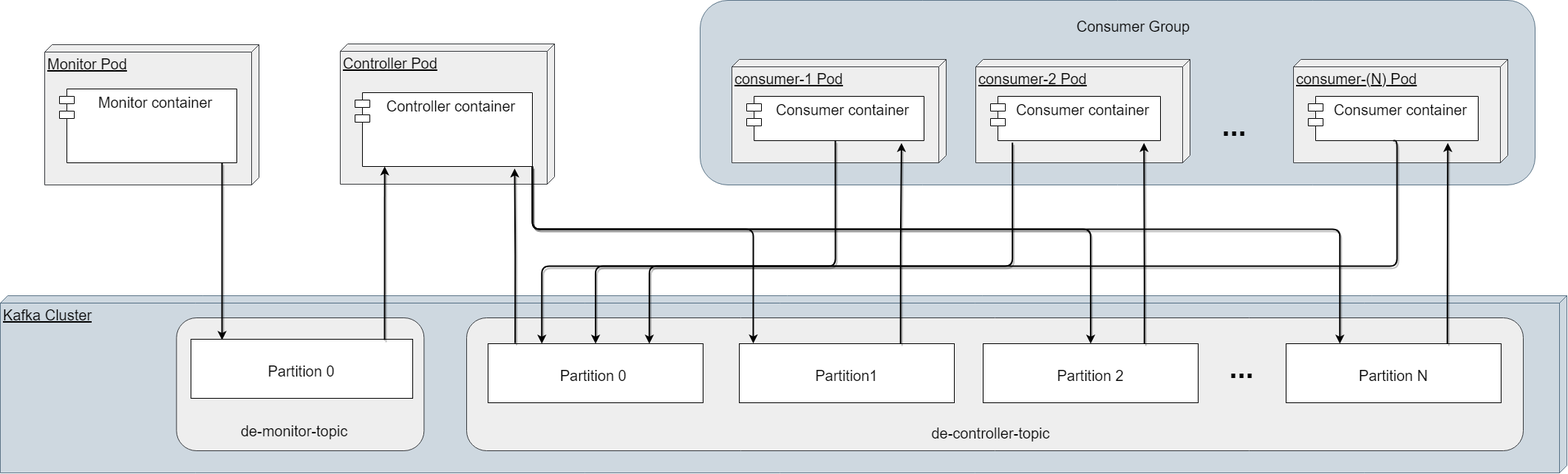
The draw.io diagram images/controller/System Design.png in landaudiogo/thesis-document, before a commit. Source tidied: cells renumbered, new cells last; positions are measured from the earlier drawing's top-left corner, leaving out a move shared by most shapes. Its diagram source:
```xml
<mxGraphModel>
  <root>
    <mxCell id="0" />
    <mxCell id="1" parent="0" />
    <mxCell id="2" value="Consumer Group" parent="0" />
    <mxCell id="3" style="group;" parent="2" vertex="1">
      <mxGeometry x="990" y="80" width="1087" height="230" as="geometry" />
    </mxCell>
    <mxCell id="4" style="rounded=1;whiteSpace=wrap;html=1;fontSize=40;fillColor=#bac8d3;strokeColor=#23445d;opacity=70;" parent="3" vertex="1">
      <mxGeometry x="-43" y="-80" width="1130" height="250" as="geometry" />
    </mxCell>
    <mxCell id="5" value="&lt;font style=&quot;font-size: 20px&quot;&gt;consumer-1 Pod&lt;/font&gt;" style="verticalAlign=top;align=left;spacingTop=8;spacingLeft=2;spacingRight=12;shape=cube;size=10;direction=south;fontStyle=4;html=1;fillColor=#eeeeee;strokeColor=#36393d;" parent="3" vertex="1">
      <mxGeometry width="290" height="140" as="geometry" />
    </mxCell>
    <mxCell id="6" value="Consumer container" style="shape=module;align=left;spacingLeft=20;align=center;verticalAlign=top;fontSize=20;" parent="3" vertex="1">
      <mxGeometry x="20" y="50" width="240" height="60" as="geometry" />
    </mxCell>
    <mxCell id="7" value="&lt;font style=&quot;font-size: 20px&quot;&gt;consumer-2 Pod&lt;/font&gt;" style="verticalAlign=top;align=left;spacingTop=8;spacingLeft=2;spacingRight=12;shape=cube;size=10;direction=south;fontStyle=4;html=1;fillColor=#eeeeee;strokeColor=#36393d;" parent="3" vertex="1">
      <mxGeometry x="330" width="290" height="140" as="geometry" />
    </mxCell>
    <mxCell id="8" value="Consumer container" style="shape=module;align=left;spacingLeft=20;align=center;verticalAlign=top;fontSize=20;" parent="3" vertex="1">
      <mxGeometry x="350" y="50" width="230" height="60" as="geometry" />
    </mxCell>
    <mxCell id="9" value="&lt;font style=&quot;font-size: 20px&quot;&gt;consumer-(N) Pod&lt;/font&gt;" style="verticalAlign=top;align=left;spacingTop=8;spacingLeft=2;spacingRight=12;shape=cube;size=10;direction=south;fontStyle=4;html=1;fillColor=#eeeeee;strokeColor=#36393d;" parent="3" vertex="1">
      <mxGeometry x="760" width="290" height="140" as="geometry" />
    </mxCell>
    <mxCell id="10" value="Consumer container" style="shape=module;align=left;spacingLeft=20;align=center;verticalAlign=top;fontSize=20;" parent="3" vertex="1">
      <mxGeometry x="780" y="50" width="230" height="60" as="geometry" />
    </mxCell>
    <mxCell id="11" value="..." style="text;align=center;fontStyle=1;verticalAlign=middle;spacingLeft=3;spacingRight=3;strokeColor=none;fontSize=40;" parent="3" vertex="1">
      <mxGeometry x="640" y="72" width="80" height="26" as="geometry" />
    </mxCell>
    <mxCell id="12" value="Consumer Group" style="text;html=1;strokeColor=none;fillColor=none;align=center;verticalAlign=middle;whiteSpace=wrap;rounded=0;fontSize=20;" parent="2" vertex="1">
      <mxGeometry x="1430.2" y="20" width="206.5" height="30" as="geometry" />
    </mxCell>
    <mxCell id="13" value="Controller / Orchestrator" parent="0" />
    <mxCell id="14" value="&lt;font style=&quot;font-size: 20px&quot;&gt;Controller Pod&lt;/font&gt;" style="verticalAlign=top;align=left;spacingTop=8;spacingLeft=2;spacingRight=12;shape=cube;size=10;direction=south;fontStyle=4;html=1;fillColor=#eeeeee;strokeColor=#36393d;" parent="13" vertex="1">
      <mxGeometry x="460" y="59" width="290" height="190" as="geometry" />
    </mxCell>
    <mxCell id="15" value="Controller container" style="shape=module;align=left;spacingLeft=20;align=center;verticalAlign=top;fontSize=20;" parent="13" vertex="1">
      <mxGeometry x="480" y="125" width="240" height="100" as="geometry" />
    </mxCell>
    <mxCell id="16" value="Monitor" parent="0" />
    <mxCell id="17" value="&lt;font style=&quot;font-size: 20px&quot;&gt;Monitor Pod&lt;/font&gt;" style="verticalAlign=top;align=left;spacingTop=8;spacingLeft=2;spacingRight=12;shape=cube;size=10;direction=south;fontStyle=4;html=1;fillColor=#eeeeee;strokeColor=#36393d;" parent="16" vertex="1">
      <mxGeometry x="60" y="60" width="290" height="190" as="geometry" />
    </mxCell>
    <mxCell id="18" value="Monitor container" style="shape=module;align=left;spacingLeft=20;align=center;verticalAlign=top;fontSize=20;" parent="16" vertex="1">
      <mxGeometry x="80" y="120" width="240" height="100" as="geometry" />
    </mxCell>
    <mxCell id="19" value="Kafka Cluster" parent="0" />
    <mxCell id="20" value="&lt;font style=&quot;font-size: 20px&quot;&gt;Kafka Cluster&lt;/font&gt;" style="verticalAlign=top;align=left;spacingTop=8;spacingLeft=2;spacingRight=12;shape=cube;size=10;direction=south;fontStyle=4;html=1;fillColor=#bac8d3;strokeColor=#23445d;opacity=70;" parent="19" vertex="1">
      <mxGeometry y="400" width="2120" height="240" as="geometry" />
    </mxCell>
    <mxCell id="21" style="group;" parent="19" vertex="1">
      <mxGeometry x="230" y="430" width="335" height="180" as="geometry" />
    </mxCell>
    <mxCell id="22" style="rounded=1;whiteSpace=wrap;html=1;fontSize=40;fillColor=#eeeeee;strokeColor=#36393d;" parent="21" vertex="1">
      <mxGeometry x="8.4" width="335" height="180" as="geometry" />
    </mxCell>
    <mxCell id="23" value="&lt;font style=&quot;font-size: 20px&quot;&gt;de-monitor-topic&lt;/font&gt;" style="text;html=1;strokeColor=none;fillColor=none;align=center;verticalAlign=middle;whiteSpace=wrap;rounded=0;fontSize=40;" parent="21" vertex="1">
      <mxGeometry x="43.6" y="120" width="247.8" height="51.9" as="geometry" />
    </mxCell>
    <mxCell id="24" style="group;" parent="21" vertex="1">
      <mxGeometry x="27.9" y="29" width="300.1" height="80" as="geometry" />
    </mxCell>
    <mxCell id="25" style="rounded=0;whiteSpace=wrap;html=1;fontSize=30;" parent="24" vertex="1">
      <mxGeometry width="300.1" height="80" as="geometry" />
    </mxCell>
    <mxCell id="26" value="&lt;font style=&quot;font-size: 20px&quot;&gt;Partition 0&lt;/font&gt;" style="text;html=1;strokeColor=none;fillColor=none;align=center;verticalAlign=middle;whiteSpace=wrap;rounded=0;fontSize=30;" parent="24" vertex="1">
      <mxGeometry x="77.3" y="25" width="145.4" height="30" as="geometry" />
    </mxCell>
    <mxCell id="27" style="group;" parent="19" vertex="1">
      <mxGeometry x="631" y="430" width="1430" height="180" as="geometry" />
    </mxCell>
    <mxCell id="28" style="rounded=1;whiteSpace=wrap;html=1;fontSize=40;fillColor=#eeeeee;strokeColor=#36393d;" parent="27" vertex="1">
      <mxGeometry width="1430" height="180" as="geometry" />
    </mxCell>
    <mxCell id="29" value="&lt;font style=&quot;font-size: 20px&quot;&gt;de-controller-topic&lt;/font&gt;" style="text;html=1;strokeColor=none;fillColor=none;align=center;verticalAlign=middle;whiteSpace=wrap;rounded=0;fontSize=40;" parent="27" vertex="1">
      <mxGeometry x="591.9" y="126" width="235.2" height="46.7" as="geometry" />
    </mxCell>
    <mxCell id="30" style="group;" parent="27" vertex="1">
      <mxGeometry x="29" y="35" width="291" height="80" as="geometry" />
    </mxCell>
    <mxCell id="31" style="rounded=0;whiteSpace=wrap;html=1;fontSize=30;" parent="30" vertex="1">
      <mxGeometry width="291" height="80" as="geometry" />
    </mxCell>
    <mxCell id="32" value="&lt;font style=&quot;font-size: 20px&quot;&gt;Partition 0&amp;nbsp;&lt;/font&gt;" style="text;html=1;strokeColor=none;fillColor=none;align=center;verticalAlign=middle;whiteSpace=wrap;rounded=0;fontSize=30;" parent="30" vertex="1">
      <mxGeometry x="73" y="25" width="144.9" height="30" as="geometry" />
    </mxCell>
    <mxCell id="33" style="group;" parent="27" vertex="1">
      <mxGeometry x="369" y="35" width="291" height="80" as="geometry" />
    </mxCell>
    <mxCell id="34" style="rounded=0;whiteSpace=wrap;html=1;fontSize=30;" parent="33" vertex="1">
      <mxGeometry width="291" height="80" as="geometry" />
    </mxCell>
    <mxCell id="35" value="&lt;font style=&quot;font-size: 20px&quot;&gt;Partition1&lt;/font&gt;" style="text;html=1;strokeColor=none;fillColor=none;align=center;verticalAlign=middle;whiteSpace=wrap;rounded=0;fontSize=30;" parent="33" vertex="1">
      <mxGeometry x="125.2" y="25" width="40.6" height="30" as="geometry" />
    </mxCell>
    <mxCell id="36" style="group;" parent="27" vertex="1">
      <mxGeometry x="699" y="35" width="291" height="80" as="geometry" />
    </mxCell>
    <mxCell id="37" style="rounded=0;whiteSpace=wrap;html=1;fontSize=30;" parent="36" vertex="1">
      <mxGeometry width="291" height="80" as="geometry" />
    </mxCell>
    <mxCell id="38" value="&lt;font style=&quot;font-size: 20px&quot;&gt;Partition 2&lt;/font&gt;" style="text;html=1;strokeColor=none;fillColor=none;align=center;verticalAlign=middle;whiteSpace=wrap;rounded=0;fontSize=30;" parent="36" vertex="1">
      <mxGeometry x="93" y="25" width="105" height="30" as="geometry" />
    </mxCell>
    <mxCell id="39" style="group;" parent="27" vertex="1">
      <mxGeometry x="1109" y="35" width="291" height="80" as="geometry" />
    </mxCell>
    <mxCell id="40" style="rounded=0;whiteSpace=wrap;html=1;fontSize=30;" parent="39" vertex="1">
      <mxGeometry width="291" height="80" as="geometry" />
    </mxCell>
    <mxCell id="41" value="&lt;font style=&quot;font-size: 20px&quot;&gt;Partition N&lt;/font&gt;" style="text;html=1;strokeColor=none;fillColor=none;align=center;verticalAlign=middle;whiteSpace=wrap;rounded=0;fontSize=30;" parent="39" vertex="1">
      <mxGeometry x="88" y="25" width="115" height="30" as="geometry" />
    </mxCell>
    <mxCell id="42" value="..." style="text;align=center;fontStyle=1;verticalAlign=middle;spacingLeft=3;spacingRight=3;strokeColor=none;fontSize=40;" parent="27" vertex="1">
      <mxGeometry x="1009" y="50" width="80" height="26" as="geometry" />
    </mxCell>
    <mxCell id="43" style="edgeStyle=orthogonalEdgeStyle;rounded=0;orthogonalLoop=1;jettySize=auto;html=1;fontSize=30;strokeWidth=2;strokeColor=#000000;shadow=1;" parent="19" edge="1">
      <mxGeometry relative="1" as="geometry">
        <mxPoint x="300" y="220" as="sourcePoint" />
        <mxPoint x="300" y="460" as="targetPoint" />
        <Array as="points">
          <mxPoint x="300" y="220" />
        </Array>
      </mxGeometry>
    </mxCell>
    <mxCell id="44" style="edgeStyle=orthogonalEdgeStyle;rounded=0;orthogonalLoop=1;jettySize=auto;html=1;fontSize=30;strokeWidth=2;strokeColor=#000000;shadow=1;" parent="19" edge="1">
      <mxGeometry relative="1" as="geometry">
        <mxPoint x="520" y="460" as="sourcePoint" />
        <mxPoint x="520" y="225" as="targetPoint" />
        <Array as="points">
          <mxPoint x="520" y="225" />
        </Array>
      </mxGeometry>
    </mxCell>
    <mxCell id="45" style="edgeStyle=orthogonalEdgeStyle;rounded=1;orthogonalLoop=1;jettySize=auto;html=1;exitX=0.75;exitY=0;exitDx=0;exitDy=0;entryX=0.873;entryY=1.053;entryDx=0;entryDy=0;entryPerimeter=0;fontSize=20;strokeWidth=2;strokeColor=#000000;shadow=1;" parent="19" edge="1">
      <mxGeometry relative="1" as="geometry">
        <mxPoint x="1218.2" y="465" as="sourcePoint" />
        <mxPoint x="1219.5" y="193.2" as="targetPoint" />
        <Array as="points">
          <mxPoint x="1220" y="329" />
        </Array>
      </mxGeometry>
    </mxCell>
    <mxCell id="46" style="edgeStyle=orthogonalEdgeStyle;rounded=1;orthogonalLoop=1;jettySize=auto;html=1;exitX=0.75;exitY=0;exitDx=0;exitDy=0;entryX=0.903;entryY=1.053;entryDx=0;entryDy=0;entryPerimeter=0;fontSize=20;strokeWidth=2;strokeColor=#000000;shadow=1;" parent="19" edge="1">
      <mxGeometry relative="1" as="geometry">
        <mxPoint x="1548.2" y="465" as="sourcePoint" />
        <mxPoint x="1547.7" y="193.2" as="targetPoint" />
        <Array as="points">
          <mxPoint x="1548" y="390" />
          <mxPoint x="1548" y="390" />
        </Array>
      </mxGeometry>
    </mxCell>
    <mxCell id="47" style="edgeStyle=orthogonalEdgeStyle;rounded=1;orthogonalLoop=1;jettySize=auto;html=1;exitX=0.75;exitY=0;exitDx=0;exitDy=0;entryX=0.821;entryY=1.053;entryDx=0;entryDy=0;entryPerimeter=0;fontSize=20;strokeWidth=2;strokeColor=#000000;shadow=1;" parent="19" edge="1">
      <mxGeometry relative="1" as="geometry">
        <mxPoint x="1958.2" y="465" as="sourcePoint" />
        <mxPoint x="1958.8" y="193.2" as="targetPoint" />
        <Array as="points">
          <mxPoint x="1959" y="390" />
          <mxPoint x="1959" y="390" />
        </Array>
      </mxGeometry>
    </mxCell>
    <mxCell id="48" style="edgeStyle=orthogonalEdgeStyle;rounded=0;jettySize=auto;html=1;exitX=0.126;exitY=-0.008;exitDx=0;exitDy=0;entryX=0.9;entryY=1.027;entryDx=0;entryDy=0;entryPerimeter=0;fontSize=20;exitPerimeter=0;strokeWidth=2;strokeColor=#000000;shadow=1;" parent="19" edge="1" source="31" target="15">
      <mxGeometry relative="1" as="geometry" />
    </mxCell>
    <mxCell id="49" style="edgeStyle=orthogonalEdgeStyle;rounded=1;jettySize=auto;html=1;exitX=1;exitY=1;exitDx=0;exitDy=0;entryX=0.065;entryY=-0.004;entryDx=0;entryDy=0;entryPerimeter=0;fontSize=20;strokeWidth=2;strokeColor=#000000;" parent="19" edge="1" source="15" target="34">
      <mxGeometry relative="1" as="geometry">
        <Array as="points">
          <mxPoint x="720" y="310" />
          <mxPoint x="1019" y="310" />
        </Array>
      </mxGeometry>
    </mxCell>
    <mxCell id="50" style="edgeStyle=orthogonalEdgeStyle;rounded=1;jettySize=auto;html=1;entryX=0.5;entryY=0;entryDx=0;entryDy=0;fontSize=20;strokeWidth=2;strokeColor=#000000;shadow=1;exitX=1;exitY=1;exitDx=0;exitDy=0;" parent="19" edge="1" source="15" target="37">
      <mxGeometry relative="1" as="geometry">
        <Array as="points">
          <mxPoint x="720" y="310" />
          <mxPoint x="1476" y="310" />
        </Array>
      </mxGeometry>
    </mxCell>
    <mxCell id="51" style="edgeStyle=orthogonalEdgeStyle;rounded=1;jettySize=auto;html=1;exitX=1;exitY=1;exitDx=0;exitDy=0;entryX=0.25;entryY=0;entryDx=0;entryDy=0;fontSize=20;strokeWidth=2;strokeColor=#000000;shadow=1;" parent="19" edge="1" source="15" target="40">
      <mxGeometry relative="1" as="geometry">
        <Array as="points">
          <mxPoint x="720" y="310" />
          <mxPoint x="1813" y="310" />
        </Array>
      </mxGeometry>
    </mxCell>
    <mxCell id="52" style="edgeStyle=orthogonalEdgeStyle;rounded=1;jettySize=auto;html=1;exitX=0.5;exitY=1;exitDx=0;exitDy=0;entryX=0.25;entryY=0;entryDx=0;entryDy=0;fontSize=20;strokeWidth=2;strokeColor=#000000;shadow=1;" parent="19" edge="1" source="6" target="31">
      <mxGeometry relative="1" as="geometry">
        <Array as="points">
          <mxPoint x="1130" y="360" />
          <mxPoint x="733" y="360" />
        </Array>
      </mxGeometry>
    </mxCell>
    <mxCell id="53" style="edgeStyle=orthogonalEdgeStyle;rounded=1;jettySize=auto;html=1;exitX=0.129;exitY=1.044;exitDx=0;exitDy=0;entryX=0.5;entryY=0;entryDx=0;entryDy=0;fontSize=20;exitPerimeter=0;strokeWidth=2;strokeColor=#000000;shadow=1;" parent="19" edge="1" source="8" target="31">
      <mxGeometry relative="1" as="geometry">
        <Array as="points">
          <mxPoint x="1370" y="360" />
          <mxPoint x="806" y="360" />
        </Array>
      </mxGeometry>
    </mxCell>
    <mxCell id="54" style="edgeStyle=orthogonalEdgeStyle;rounded=1;jettySize=auto;html=1;exitX=0.5;exitY=1;exitDx=0;exitDy=0;entryX=0.75;entryY=0;entryDx=0;entryDy=0;fontSize=20;strokeWidth=2;strokeColor=#000000;shadow=1;" parent="19" edge="1" source="10" target="31">
      <mxGeometry relative="1" as="geometry">
        <Array as="points">
          <mxPoint x="1890" y="190" />
          <mxPoint x="1890" y="360" />
          <mxPoint x="878" y="360" />
        </Array>
      </mxGeometry>
    </mxCell>
  </root>
</mxGraphModel>
```
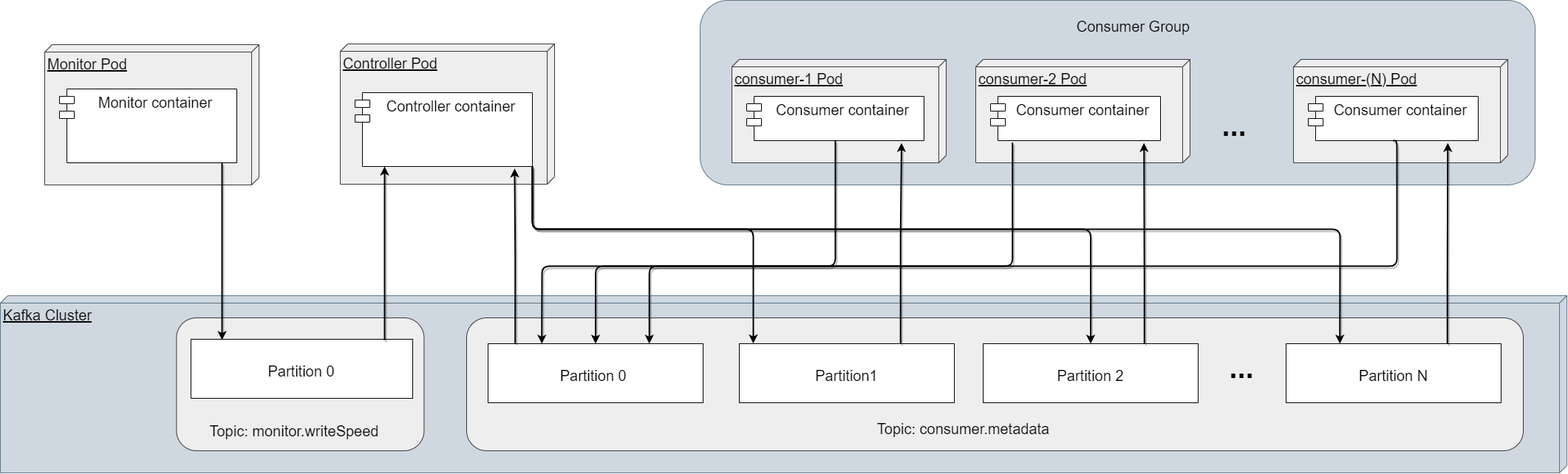
The same file after the commit.

Commit message:
Reviewed until Controller/Orchestrator (non inclusive)

Change to the diagram source:
```diff
@@ -57,7 +57,7 @@
     <mxCell id="22" style="rounded=1;whiteSpace=wrap;html=1;fontSize=40;fillColor=#eeeeee;strokeColor=#36393d;" parent="21" vertex="1">
       <mxGeometry x="8.4" width="335" height="180" as="geometry" />
     </mxCell>
-    <mxCell id="23" value="&lt;font style=&quot;font-size: 20px&quot;&gt;de-monitor-topic&lt;/font&gt;" style="text;html=1;strokeColor=none;fillColor=none;align=center;verticalAlign=middle;whiteSpace=wrap;rounded=0;fontSize=40;" parent="21" vertex="1">
+    <mxCell id="23" value="&lt;font style=&quot;font-size: 20px&quot;&gt;Topic: monitor.writeSpeed&lt;/font&gt;" style="text;html=1;strokeColor=none;fillColor=none;align=center;verticalAlign=middle;whiteSpace=wrap;rounded=0;fontSize=40;" parent="21" vertex="1">
       <mxGeometry x="43.6" y="120" width="247.8" height="51.9" as="geometry" />
     </mxCell>
     <mxCell id="24" style="group;" parent="21" vertex="1">
@@ -75,8 +75,8 @@
     <mxCell id="28" style="rounded=1;whiteSpace=wrap;html=1;fontSize=40;fillColor=#eeeeee;strokeColor=#36393d;" parent="27" vertex="1">
       <mxGeometry width="1430" height="180" as="geometry" />
     </mxCell>
-    <mxCell id="29" value="&lt;font style=&quot;font-size: 20px&quot;&gt;de-controller-topic&lt;/font&gt;" style="text;html=1;strokeColor=none;fillColor=none;align=center;verticalAlign=middle;whiteSpace=wrap;rounded=0;fontSize=40;" parent="27" vertex="1">
-      <mxGeometry x="591.9" y="126" width="235.2" height="46.7" as="geometry" />
+    <mxCell id="29" value="&lt;font style=&quot;font-size: 20px&quot;&gt;Topic: consumer.metadata&lt;/font&gt;" style="text;html=1;strokeColor=none;fillColor=none;align=center;verticalAlign=middle;whiteSpace=wrap;rounded=0;fontSize=40;" parent="27" vertex="1">
+      <mxGeometry x="479" y="120" width="387.1" height="46.7" as="geometry" />
     </mxCell>
     <mxCell id="30" style="group;" parent="27" vertex="1">
       <mxGeometry x="29" y="35" width="291" height="80" as="geometry" />
```
